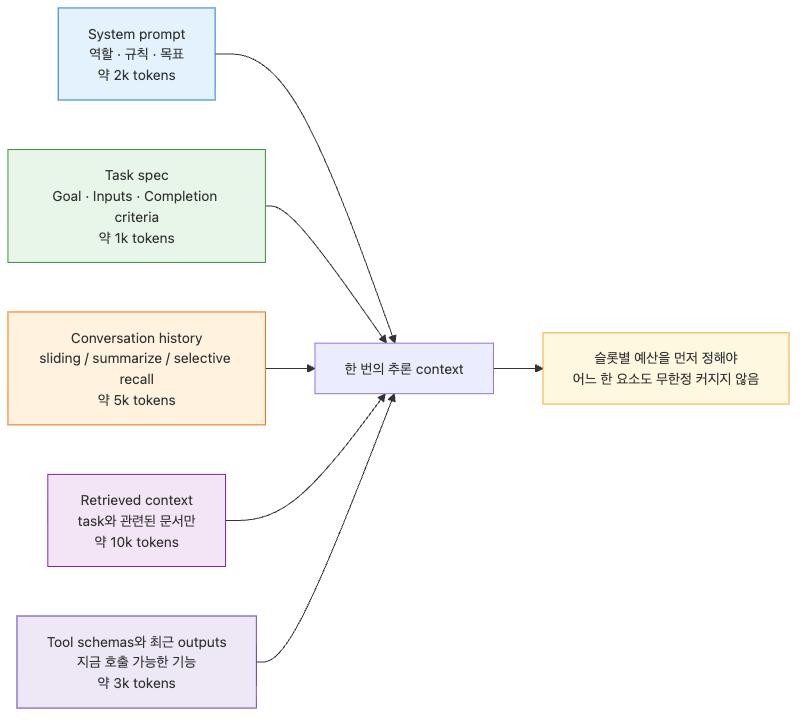
Above: assets/harness-engineering-101/03/03-02-the-five-components-of-context.ko.png in yeongseon-books/book-content (Mermaid), before the change. Its source is kept beside it as assets/harness-engineering-101/03/03-02-the-five-components-of-context.ko.mmd. Source of this version:
```mermaid
flowchart LR
    시스템["System prompt\n역할 · 규칙 · 목표\n약 2k tokens"] --> 추론["한 번의 추론 context"]
    태스크["Task spec\nGoal · Inputs · Completion criteria\n약 1k tokens"] --> 추론
    히스토리["Conversation history\nsliding / summarize / selective recall\n약 5k tokens"] --> 추론
    검색["Retrieved context\ntask와 관련된 문서만\n약 10k tokens"] --> 추론
    도구["Tool schemas와 최근 outputs\n지금 호출 가능한 기능\n약 3k tokens"] --> 추론

    추론 --> 예산["슬롯별 예산을 먼저 정해야\n어느 한 요소도 무한정 커지지 않음"]

    style 시스템 fill:#e3f2fd,stroke:#1976d2
    style 태스크 fill:#e8f5e9,stroke:#388e3c
    style 히스토리 fill:#fff3e0,stroke:#ef6c00
    style 검색 fill:#f3e5f5,stroke:#7b1fa2
    style 도구 fill:#ede7f6,stroke:#5e35b1
    style 예산 fill:#fff8e1,stroke:#f9a825
```
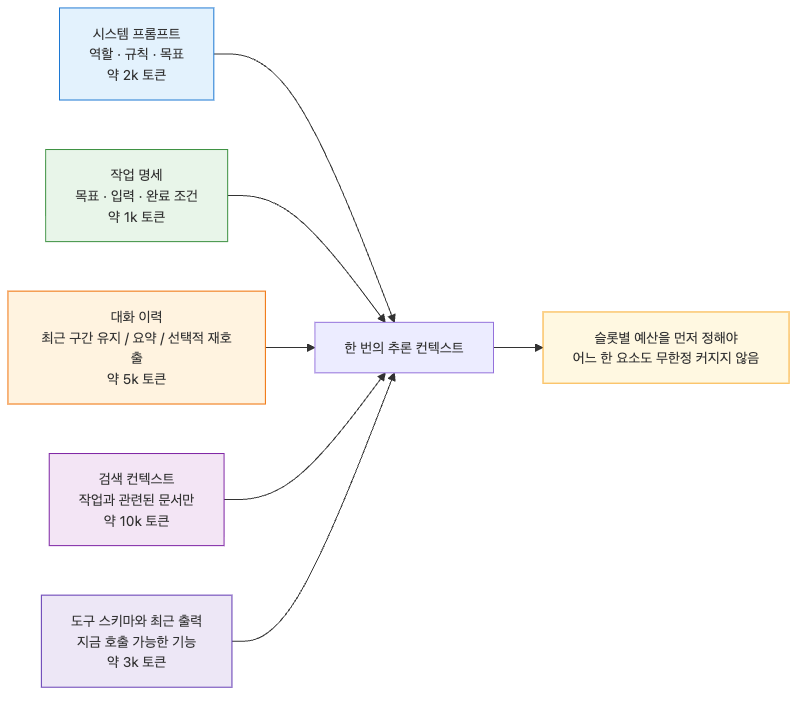
Later version of the same file.

What changed in the source:
```diff
@@ -1,9 +1,9 @@
 flowchart LR
-    시스템["System prompt\n역할 · 규칙 · 목표\n약 2k tokens"] --> 추론["한 번의 추론 context"]
-    태스크["Task spec\nGoal · Inputs · Completion criteria\n약 1k tokens"] --> 추론
-    히스토리["Conversation history\nsliding / summarize / selective recall\n약 5k tokens"] --> 추론
-    검색["Retrieved context\ntask와 관련된 문서만\n약 10k tokens"] --> 추론
-    도구["Tool schemas와 최근 outputs\n지금 호출 가능한 기능\n약 3k tokens"] --> 추론
+    시스템["시스템 프롬프트\n역할 · 규칙 · 목표\n약 2k 토큰"] --> 추론["한 번의 추론 컨텍스트"]
+    태스크["작업 명세\n목표 · 입력 · 완료 조건\n약 1k 토큰"] --> 추론
+    히스토리["대화 이력\n최근 구간 유지 / 요약 / 선택적 재호출\n약 5k 토큰"] --> 추론
+    검색["검색 컨텍스트\n작업과 관련된 문서만\n약 10k 토큰"] --> 추론
+    도구["도구 스키마와 최근 출력\n지금 호출 가능한 기능\n약 3k 토큰"] --> 추론
 
     추론 --> 예산["슬롯별 예산을 먼저 정해야\n어느 한 요소도 무한정 커지지 않음"]
 
```
